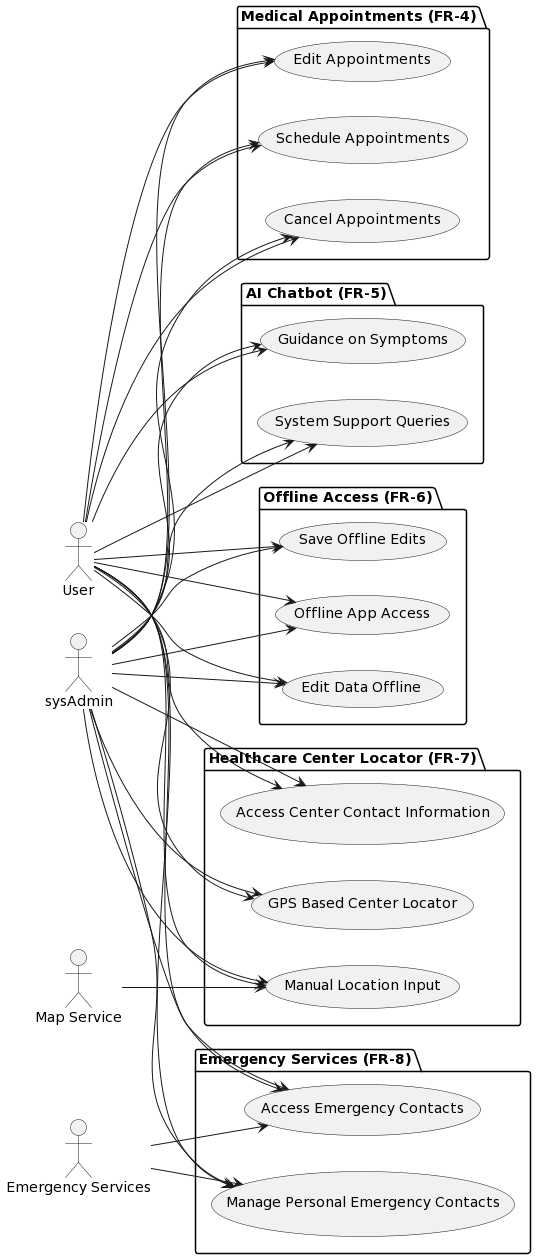
sarthakvijayvergiya/uu-adv-sof-des-1DL242 keeps this PlantUML diagram as 2-UseCase/4-5-6-7-8.png. Above is the earlier version.
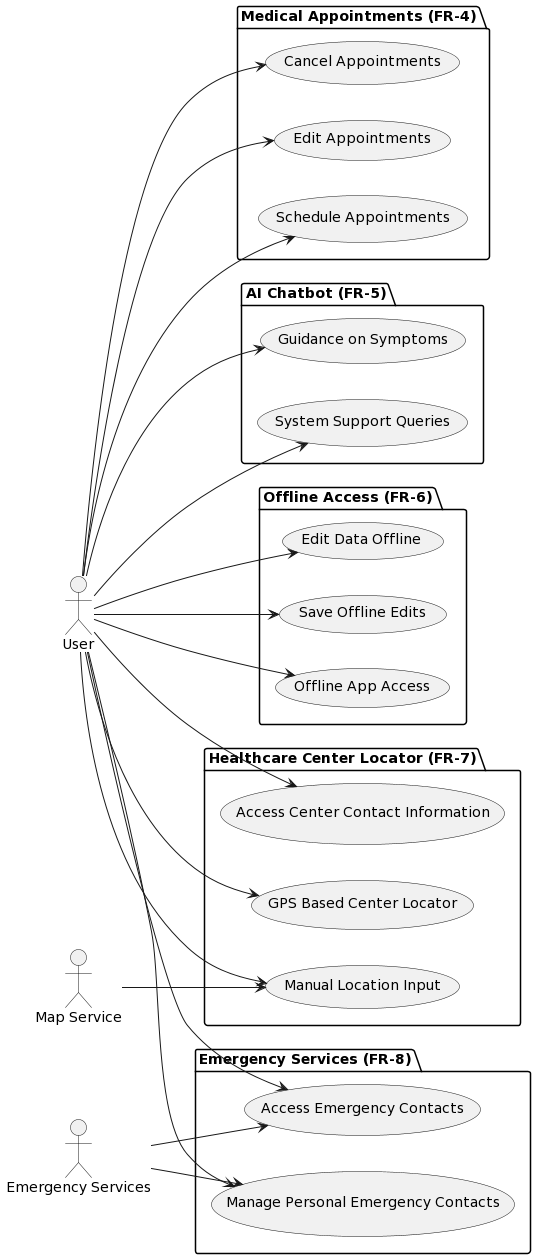
Above is the later version.

The edit, as a diff of the source:
```diff
@@ -50,19 +50,7 @@
 user --> UC25
 user --> UC26
 
-sysAdmin --> UC14
-sysAdmin --> UC15
-sysAdmin --> UC16
-sysAdmin --> UC17
-sysAdmin --> UC18
-sysAdmin --> UC19
-sysAdmin --> UC20
-sysAdmin --> UC21
-sysAdmin --> UC22
-sysAdmin --> UC23
-sysAdmin --> UC24
-sysAdmin --> UC25
-sysAdmin --> UC26
+
 
 emergencyServices --> UC25
 emergencyServices --> UC26
```
